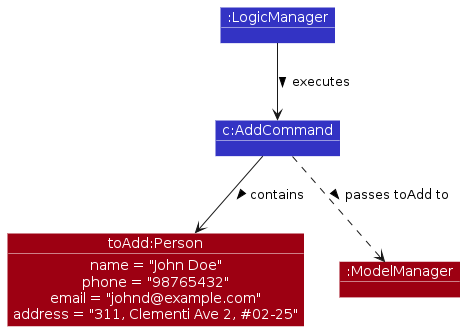
This is diagrams/add-person/PersonAddExecution.png from AY2526S2-CS2103T-W11-2/tp, a PlantUML export, as it was before one commit. Its source is kept beside it as diagrams/add-person/PersonAddExecution.puml. Its diagram source:
```plantuml
@startuml person-add-execution
!include ../style.puml
skinparam ArrowFontStyle plain

skinparam shadowing false
skinparam ObjectFontColor #FFFFFF
skinparam ObjectAttributeFontColor #FFFFFF
skinparam ObjectBorderColor #FFFFFF

show objects
show members

object ":LogicManager" as LogicManager LOGIC_COLOR
object "c:AddCommand" as AddCommand LOGIC_COLOR
object "toAdd:Person" as Person MODEL_COLOR
object ":ModelManager" as ModelManager MODEL_COLOR

LogicManager --> AddCommand : executes >
AddCommand --> Person : contains >
AddCommand ..> ModelManager : passes toAdd to >

Person : name = "John Doe"
Person : phone = "98765432"
Person : email = "johnd@example.com"
Person : address = "311, Clementi Ave 2, #02-25"
@enduml
```
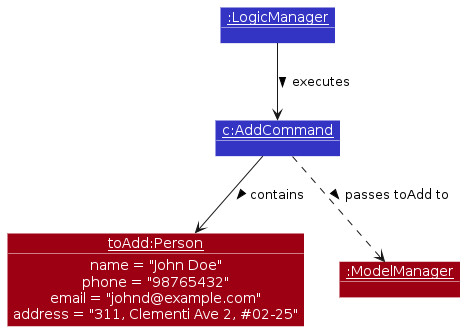
After the change.

Diff of the diagram source:
```diff
@@ -10,10 +10,10 @@
 show objects
 show members
 
-object ":LogicManager" as LogicManager LOGIC_COLOR
-object "c:AddCommand" as AddCommand LOGIC_COLOR
-object "toAdd:Person" as Person MODEL_COLOR
-object ":ModelManager" as ModelManager MODEL_COLOR
+object "<u>:LogicManager</u>" as LogicManager LOGIC_COLOR
+object "<u>c:AddCommand</u>" as AddCommand LOGIC_COLOR
+object "<u>toAdd:Person</u>" as Person MODEL_COLOR
+object "<u>:ModelManager</u>" as ModelManager MODEL_COLOR
 
 LogicManager --> AddCommand : executes >
 AddCommand --> Person : contains >
```
